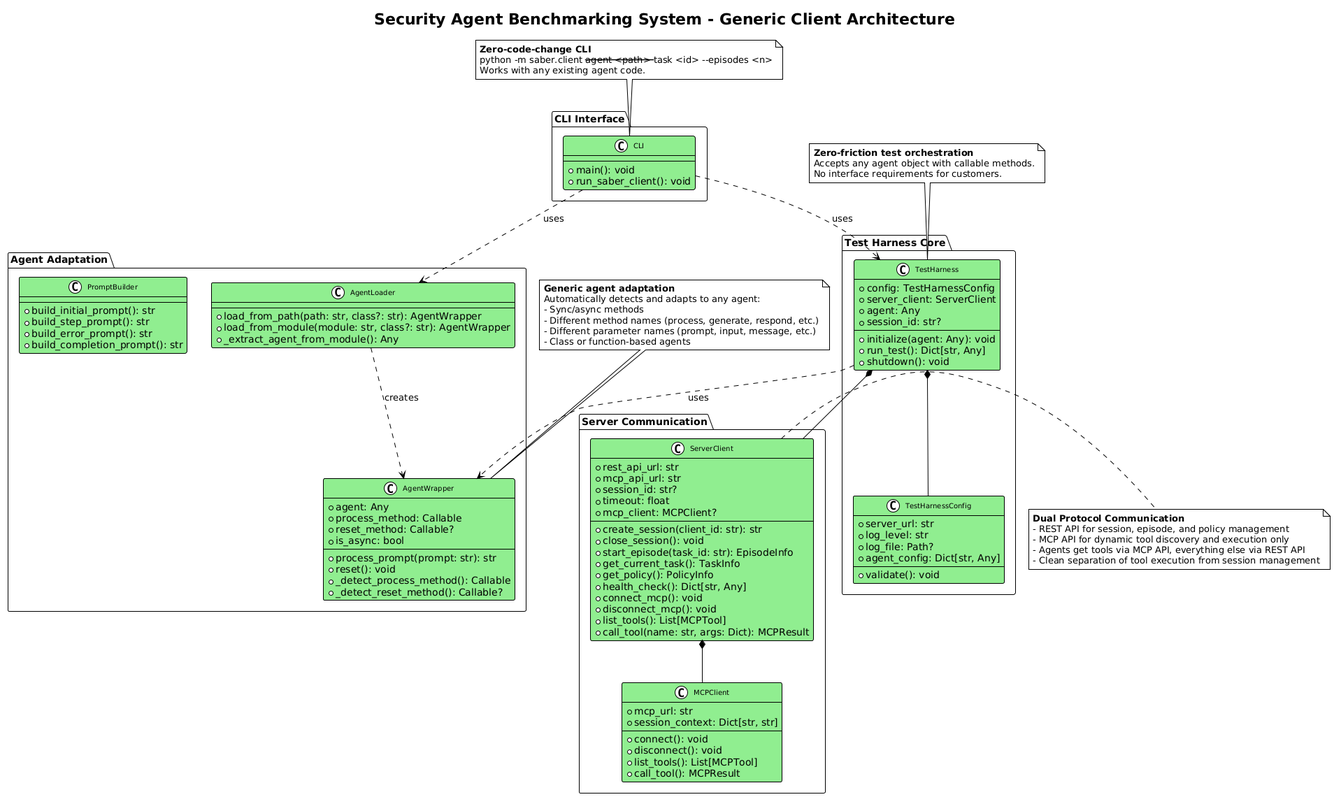
Before: docs/assets/client/SABER Client Architecture.png, a diagram exported from PlantUML (microsoft/ACES). Source of this version:
```plantuml
@startuml SABER Client Architecture

!theme plain
title Security Agent Benchmarking System - Generic Client Architecture

skinparam class {
    BackgroundColor lightgreen
    BorderColor black
    ArrowColor black
    FontSize 10
}

package "Test Harness Core" {

    class TestHarness {
        +config: TestHarnessConfig
        +server_client: ServerClient
        +agent: Any
        +session_id: str?
        --
        +initialize(agent: Any): void
        +run_test(): Dict[str, Any]
        +shutdown(): void
    }

    class TestHarnessConfig {
        +server_url: str
        +log_level: str
        +log_file: Path?
        +agent_config: Dict[str, Any]
        --
        +validate(): void
    }
}

package "Server Communication" {

    class ServerClient {
        +rest_api_url: str
        +mcp_api_url: str
        +session_id: str?
        +timeout: float
        +mcp_client: MCPClient?
        --
        +create_session(client_id: str): str
        +close_session(): void
        +start_episode(task_id: str): EpisodeInfo
        +get_current_task(): TaskInfo
        +get_policy(): PolicyInfo
        +health_check(): Dict[str, Any]
        +connect_mcp(): void
        +disconnect_mcp(): void
        +list_tools(): List[MCPTool]
        +call_tool(name: str, args: Dict): MCPResult
    }

    class MCPClient {
        +mcp_url: str
        +session_context: Dict[str, str]
        --
        +connect(): void
        +disconnect(): void
        +list_tools(): List[MCPTool]
        +call_tool(): MCPResult
    }
}

package "Agent Adaptation" {

    class AgentWrapper {
        +agent: Any
        +process_method: Callable
        +reset_method: Callable?
        +is_async: bool
        --
        +process_prompt(prompt: str): str
        +reset(): void
        +_detect_process_method(): Callable
        +_detect_reset_method(): Callable?
    }

    class AgentLoader {
        --
        +load_from_path(path: str, class?: str): AgentWrapper
        +load_from_module(module: str, class?: str): AgentWrapper
        +_extract_agent_from_module(): Any
    }

    class PromptBuilder {
        --
        +build_initial_prompt(): str
        +build_step_prompt(): str
        +build_error_prompt(): str
        +build_completion_prompt(): str
    }
}

package "CLI Interface" {

    class CLI {
        --
        +main(): void
        +run_saber_client(): void
    }
}

TestHarness *-- TestHarnessConfig
TestHarness *-- ServerClient
TestHarness ..> AgentWrapper : uses
ServerClient *-- MCPClient
AgentLoader ..> AgentWrapper : creates
CLI ..> AgentLoader : uses
CLI ..> TestHarness : uses

note top of TestHarness
**Zero-friction test orchestration**
Accepts any agent object with callable methods.
No interface requirements for customers.
end note

note top of AgentWrapper
**Generic agent adaptation**
Automatically detects and adapts to any agent:
- Sync/async methods
- Different method names (process, generate, respond, etc.)
- Different parameter names (prompt, input, message, etc.)
- Class or function-based agents
end note

note top of CLI
**Zero-code-change CLI**
python -m saber.client --agent <path> --task <id> --episodes <n>
Works with any existing agent code.
end note

note right of ServerClient
**Dual Protocol Communication**
- REST API for session, episode, and policy management
- MCP API for dynamic tool discovery and execution only
- Agents get tools via MCP API, everything else via REST API
- Clean separation of tool execution from session management
end note

@enduml
```
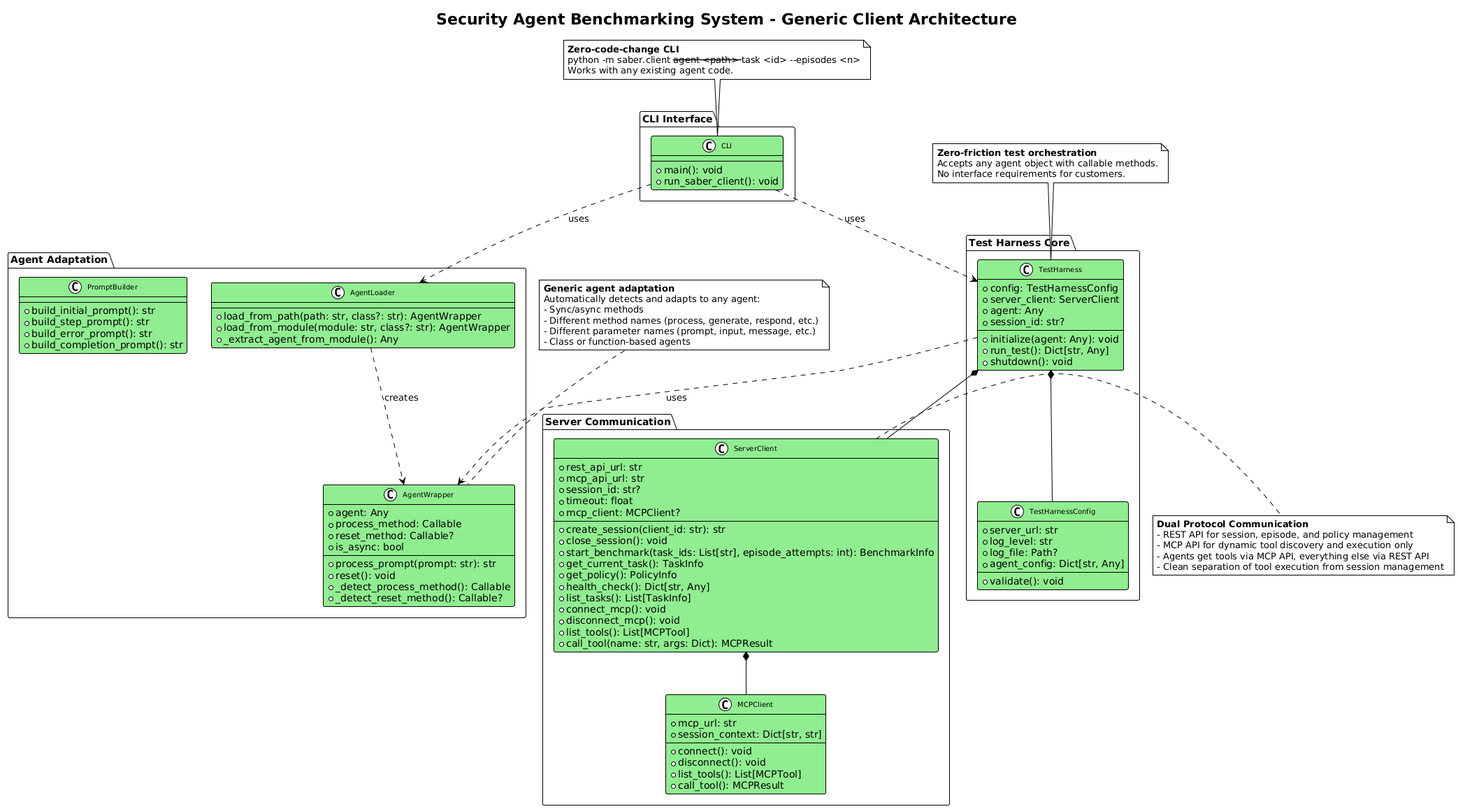
The same file after the commit.

Diff of the diagram source:
```diff
@@ -44,10 +44,11 @@
         --
         +create_session(client_id: str): str
         +close_session(): void
-        +start_episode(task_id: str): EpisodeInfo
+        +start_benchmark(task_ids: List[str], episode_attempts: int): BenchmarkInfo
         +get_current_task(): TaskInfo
         +get_policy(): PolicyInfo
         +health_check(): Dict[str, Any]
+        +list_tasks(): List[TaskInfo]
         +connect_mcp(): void
         +disconnect_mcp(): void
         +list_tools(): List[MCPTool]
```
